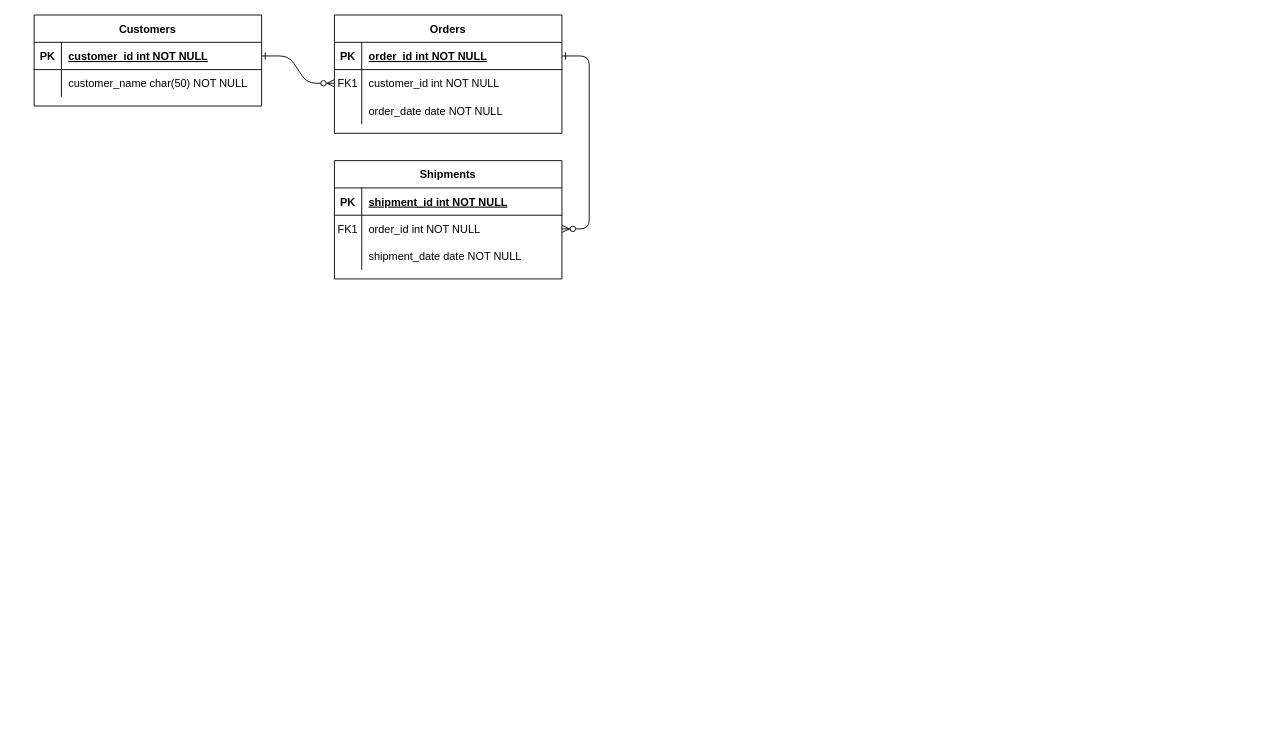
Before: Untitled Diagram.drawio in AndreeaRusanda/spatial_db, a draw.io diagram. Source tidied: cells renumbered, new cells numbered last; positions are measured from the earlier drawing's top-left corner, leaving out a move shared by most shapes. Both pictures are drawn from the tidied source at 91%, with x=0, y=0 at pixel (34, 15).
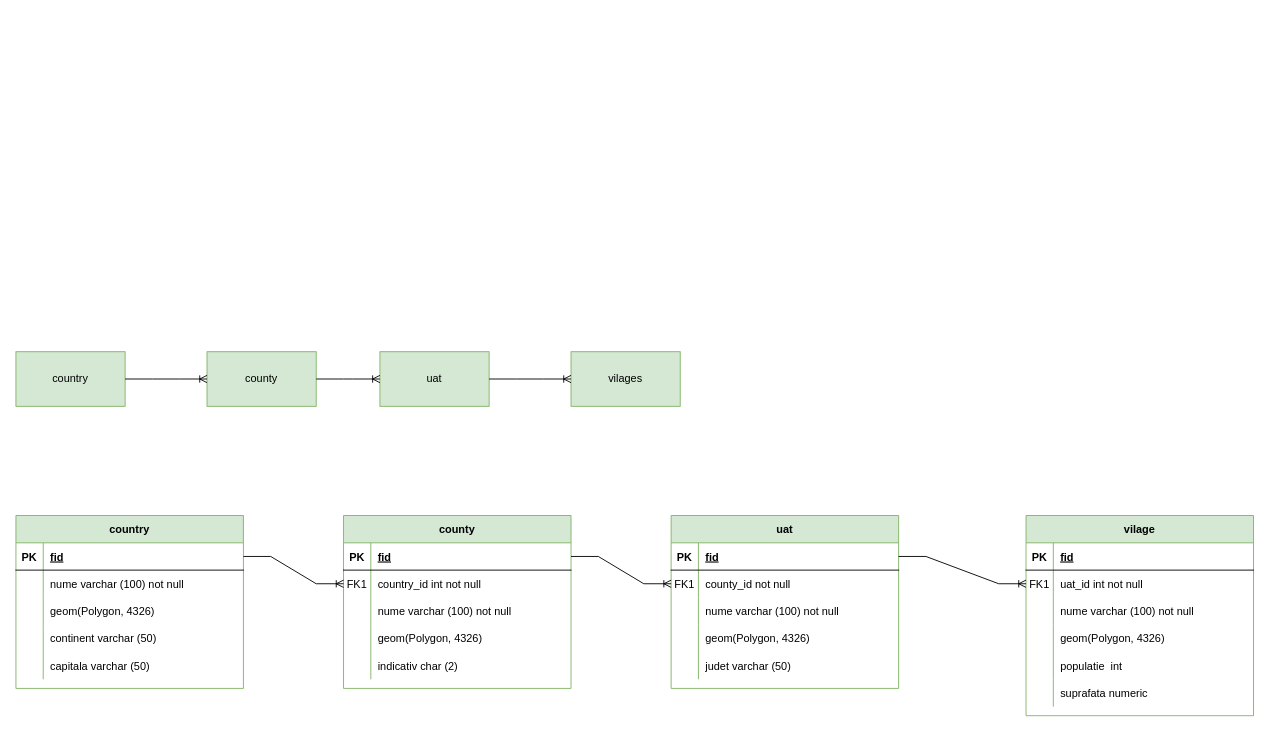
The same page after the edit.

Unchanged cells that the change refers to:
```xml
<mxCell id="5" style="shape=partialRectangle;fillColor=none;points=[[0,0.5],[1,0.5]];portConstraint=eastwest;top=0;left=0;right=0;bottom=1;" parent="4" vertex="1">
  <mxGeometry y="30" width="250" height="30" as="geometry" />
</mxCell>
<mxCell id="8" style="shape=partialRectangle;fillColor=none;points=[[0,0.5],[1,0.5]];portConstraint=eastwest;top=0;left=0;right=0;bottom=0;" parent="4" vertex="1">
  <mxGeometry y="60" width="250" height="30" as="geometry" />
</mxCell>
<mxCell id="11" style="shape=partialRectangle;fillColor=none;top=0;left=0;right=0;bottom=0;" parent="4" vertex="1">
  <mxGeometry y="90" width="250" height="30" as="geometry" />
</mxCell>
<mxCell id="15" style="shape=partialRectangle;fillColor=none;points=[[0,0.5],[1,0.5]];portConstraint=eastwest;top=0;left=0;right=0;bottom=1;" parent="14" vertex="1">
  <mxGeometry y="30" width="250" height="30" as="geometry" />
</mxCell>
<mxCell id="18" style="shape=partialRectangle;fillColor=none;points=[[0,0.5],[1,0.5]];portConstraint=eastwest;top=0;left=0;right=0;bottom=0;" parent="14" vertex="1">
  <mxGeometry y="60" width="250" height="30" as="geometry" />
</mxCell>
<mxCell id="21" style="shape=partialRectangle;fillColor=none;top=0;left=0;right=0;bottom=0;" parent="14" vertex="1">
  <mxGeometry y="90" width="250" height="30" as="geometry" />
</mxCell>
<mxCell id="25" style="shape=partialRectangle;fillColor=none;points=[[0,0.5],[1,0.5]];portConstraint=eastwest;top=0;left=0;right=0;bottom=1;" parent="24" vertex="1">
  <mxGeometry y="30" width="250" height="30" as="geometry" />
</mxCell>
<mxCell id="28" style="shape=partialRectangle;fillColor=none;top=0;left=0;right=0;bottom=0;" parent="24" vertex="1">
  <mxGeometry y="60" width="250" height="30" as="geometry" />
</mxCell>
```

The edit, as a diff of the source:
```diff
@@
-    <mxCell id="2" style="edgeStyle=entityRelationEdgeStyle;endArrow=ERzeroToMany;startArrow=ERone;endFill=1;startFill=0;" parent="1" edge="1" source="25" target="8">
-      <mxGeometry relative="1" as="geometry" />
-    </mxCell>
-    <mxCell id="3" style="edgeStyle=entityRelationEdgeStyle;endArrow=ERzeroToMany;startArrow=ERone;endFill=1;startFill=0;" parent="1" edge="1" source="5" target="18">
-      <mxGeometry relative="1" as="geometry" />
-    </mxCell>
-    <mxCell id="4" value="Orders" style="shape=table;startSize=30;childLayout=tableLayout;rowLines=0;fontStyle=1;align=center;" parent="1" vertex="1">
-      <mxGeometry x="330" width="250" height="130" as="geometry" />
+    <mxCell id="4" value="county" style="shape=table;startSize=30;childLayout=tableLayout;rowLines=0;fontStyle=1;align=center;fillColor=#d5e8d4;strokeColor=#82b366;" parent="1" vertex="1">
+      <mxGeometry x="340" y="550" width="250" height="190" as="geometry" />
     </mxCell>
@@
-    <mxCell id="7" value="order_id int NOT NULL " style="shape=partialRectangle;overflow=hidden;fillColor=none;top=0;left=0;bottom=0;right=0;align=left;spacingLeft=6;fontStyle=5;" parent="5" vertex="1">
+    <mxCell id="7" value="fid" style="shape=partialRectangle;overflow=hidden;fillColor=none;top=0;left=0;bottom=0;right=0;align=left;spacingLeft=6;fontStyle=5;" parent="5" vertex="1">
       <mxGeometry x="30" width="220" height="30" as="geometry" />
     </mxCell>
@@
-    <mxCell id="10" value="customer_id int NOT NULL" style="shape=partialRectangle;overflow=hidden;fillColor=none;top=0;left=0;bottom=0;right=0;align=left;spacingLeft=6;" parent="8" vertex="1">
+    <mxCell id="10" value="country_id int not null" style="shape=partialRectangle;overflow=hidden;fillColor=none;top=0;left=0;bottom=0;right=0;align=left;spacingLeft=6;" parent="8" vertex="1">
       <mxGeometry x="30" width="220" height="30" as="geometry" />
     </mxCell>
@@
-    <mxCell id="13" value="order_date date NOT NULL" style="shape=partialRectangle;overflow=hidden;fillColor=none;top=0;left=0;bottom=0;right=0;align=left;spacingLeft=6;" parent="11" vertex="1">
+    <mxCell id="13" value="nume varchar (100) not null" style="shape=partialRectangle;overflow=hidden;fillColor=none;top=0;left=0;bottom=0;right=0;align=left;spacingLeft=6;" parent="11" vertex="1">
       <mxGeometry x="30" width="220" height="30" as="geometry" />
     </mxCell>
+    <mxCell id="31" style="shape=partialRectangle;fillColor=none;top=0;left=0;right=0;bottom=0;" parent="4" vertex="1">
+      <mxGeometry y="120" width="250" height="30" as="geometry" />
+    </mxCell>
+    <mxCell id="32" style="shape=partialRectangle;overflow=hidden;fillColor=none;top=0;left=0;bottom=0;right=0;" parent="31" vertex="1">
+      <mxGeometry width="30" height="30" as="geometry" />
+    </mxCell>
+    <mxCell id="33" value="geom(Polygon, 4326) " style="shape=partialRectangle;overflow=hidden;fillColor=none;top=0;left=0;bottom=0;right=0;align=left;spacingLeft=6;" parent="31" vertex="1">
+      <mxGeometry x="30" width="220" height="30" as="geometry" />
+    </mxCell>
+    <mxCell id="34" style="shape=partialRectangle;fillColor=none;top=0;left=0;right=0;bottom=0;" parent="4" vertex="1">
+      <mxGeometry y="150" width="250" height="30" as="geometry" />
+    </mxCell>
+    <mxCell id="35" style="shape=partialRectangle;overflow=hidden;fillColor=none;top=0;left=0;bottom=0;right=0;" parent="34" vertex="1">
+      <mxGeometry width="30" height="30" as="geometry" />
+    </mxCell>
+    <mxCell id="36" value="indicativ char (2)" style="shape=partialRectangle;overflow=hidden;fillColor=none;top=0;left=0;bottom=0;right=0;align=left;spacingLeft=6;" parent="34" vertex="1">
+      <mxGeometry x="30" width="220" height="30" as="geometry" />
+    </mxCell>
-    <mxCell id="14" value="Shipments" style="shape=table;startSize=30;childLayout=tableLayout;rowLines=0;fontStyle=1;align=center;" parent="1" vertex="1">
-      <mxGeometry x="330" y="160" width="250" height="130" as="geometry" />
+    <mxCell id="14" value="uat" style="shape=table;startSize=30;childLayout=tableLayout;rowLines=0;fontStyle=1;align=center;fillColor=#d5e8d4;strokeColor=#82b366;" parent="1" vertex="1">
+      <mxGeometry x="700" y="550" width="250" height="190" as="geometry" />
     </mxCell>
@@
-    <mxCell id="17" value="shipment_id int NOT NULL " style="shape=partialRectangle;overflow=hidden;fillColor=none;top=0;left=0;bottom=0;right=0;align=left;spacingLeft=6;fontStyle=5;" parent="15" vertex="1">
+    <mxCell id="17" value="fid" style="shape=partialRectangle;overflow=hidden;fillColor=none;top=0;left=0;bottom=0;right=0;align=left;spacingLeft=6;fontStyle=5;" parent="15" vertex="1">
       <mxGeometry x="30" width="220" height="30" as="geometry" />
     </mxCell>
@@
-    <mxCell id="20" value="order_id int NOT NULL" style="shape=partialRectangle;overflow=hidden;fillColor=none;top=0;left=0;bottom=0;right=0;align=left;spacingLeft=6;" parent="18" vertex="1">
+    <mxCell id="20" value="county_id not null" style="shape=partialRectangle;overflow=hidden;fillColor=none;top=0;left=0;bottom=0;right=0;align=left;spacingLeft=6;" parent="18" vertex="1">
       <mxGeometry x="30" width="220" height="30" as="geometry" />
     </mxCell>
@@
-    <mxCell id="23" value="shipment_date date NOT NULL" style="shape=partialRectangle;overflow=hidden;fillColor=none;top=0;left=0;bottom=0;right=0;align=left;spacingLeft=6;" parent="21" vertex="1">
+    <mxCell id="23" value="nume varchar (100) not null" style="shape=partialRectangle;overflow=hidden;fillColor=none;top=0;left=0;bottom=0;right=0;align=left;spacingLeft=6;" parent="21" vertex="1">
       <mxGeometry x="30" width="220" height="30" as="geometry" />
     </mxCell>
+    <mxCell id="37" style="shape=partialRectangle;fillColor=none;top=0;left=0;right=0;bottom=0;" parent="14" vertex="1">
+      <mxGeometry y="120" width="250" height="30" as="geometry" />
+    </mxCell>
+    <mxCell id="38" style="shape=partialRectangle;overflow=hidden;fillColor=none;top=0;left=0;bottom=0;right=0;" parent="37" vertex="1">
+      <mxGeometry width="30" height="30" as="geometry" />
+    </mxCell>
+    <mxCell id="39" value="geom(Polygon, 4326) " style="shape=partialRectangle;overflow=hidden;fillColor=none;top=0;left=0;bottom=0;right=0;align=left;spacingLeft=6;" parent="37" vertex="1">
+      <mxGeometry x="30" width="220" height="30" as="geometry" />
+    </mxCell>
+    <mxCell id="40" style="shape=partialRectangle;fillColor=none;top=0;left=0;right=0;bottom=0;" parent="14" vertex="1">
+      <mxGeometry y="150" width="250" height="30" as="geometry" />
+    </mxCell>
+    <mxCell id="41" style="shape=partialRectangle;overflow=hidden;fillColor=none;top=0;left=0;bottom=0;right=0;" parent="40" vertex="1">
+      <mxGeometry width="30" height="30" as="geometry" />
+    </mxCell>
+    <mxCell id="42" value="judet varchar (50) " style="shape=partialRectangle;overflow=hidden;fillColor=none;top=0;left=0;bottom=0;right=0;align=left;spacingLeft=6;" parent="40" vertex="1">
+      <mxGeometry x="30" width="220" height="30" as="geometry" />
+    </mxCell>
-    <mxCell id="24" value="Customers" style="shape=table;startSize=30;childLayout=tableLayout;rowLines=0;fontStyle=1;align=center;" parent="1" vertex="1">
-      <mxGeometry width="250" height="100" as="geometry" />
+    <mxCell id="24" value="country" style="shape=table;startSize=30;childLayout=tableLayout;rowLines=0;fontStyle=1;align=center;fillColor=#d5e8d4;strokeColor=#82b366;" parent="1" vertex="1">
+      <mxGeometry x="-20" y="550" width="250" height="190" as="geometry" />
     </mxCell>
@@
-    <mxCell id="27" value="customer_id int NOT NULL " style="shape=partialRectangle;overflow=hidden;fillColor=none;top=0;left=0;bottom=0;right=0;align=left;spacingLeft=6;fontStyle=5;" parent="25" vertex="1">
+    <mxCell id="27" value="fid" style="shape=partialRectangle;overflow=hidden;fillColor=none;top=0;left=0;bottom=0;right=0;align=left;spacingLeft=6;fontStyle=5;" parent="25" vertex="1">
       <mxGeometry x="30" width="220" height="30" as="geometry" />
     </mxCell>
@@
-    <mxCell id="30" value="customer_name char(50) NOT NULL" style="shape=partialRectangle;overflow=hidden;fillColor=none;top=0;left=0;bottom=0;right=0;align=left;spacingLeft=6;" parent="28" vertex="1">
+    <mxCell id="30" value="nume varchar (100) not null" style="shape=partialRectangle;overflow=hidden;fillColor=none;top=0;left=0;bottom=0;right=0;align=left;spacingLeft=6;" parent="28" vertex="1">
       <mxGeometry x="30" width="220" height="30" as="geometry" />
     </mxCell>
+    <mxCell id="43" style="shape=partialRectangle;fillColor=none;top=0;left=0;right=0;bottom=0;" parent="24" vertex="1">
+      <mxGeometry y="90" width="250" height="30" as="geometry" />
+    </mxCell>
+    <mxCell id="44" style="shape=partialRectangle;overflow=hidden;fillColor=none;top=0;left=0;bottom=0;right=0;" parent="43" vertex="1">
+      <mxGeometry width="30" height="30" as="geometry" />
+    </mxCell>
+    <mxCell id="45" value="geom(Polygon, 4326) " style="shape=partialRectangle;overflow=hidden;fillColor=none;top=0;left=0;bottom=0;right=0;align=left;spacingLeft=6;" parent="43" vertex="1">
+      <mxGeometry x="30" width="220" height="30" as="geometry" />
+    </mxCell>
+    <mxCell id="46" style="shape=partialRectangle;fillColor=none;top=0;left=0;right=0;bottom=0;" parent="24" vertex="1">
+      <mxGeometry y="120" width="250" height="30" as="geometry" />
+    </mxCell>
+    <mxCell id="47" style="shape=partialRectangle;overflow=hidden;fillColor=none;top=0;left=0;bottom=0;right=0;" parent="46" vertex="1">
+      <mxGeometry width="30" height="30" as="geometry" />
+    </mxCell>
+    <mxCell id="48" value="continent varchar (50)" style="shape=partialRectangle;overflow=hidden;fillColor=none;top=0;left=0;bottom=0;right=0;align=left;spacingLeft=6;" parent="46" vertex="1">
+      <mxGeometry x="30" width="220" height="30" as="geometry" />
+    </mxCell>
+    <mxCell id="49" style="shape=partialRectangle;fillColor=none;top=0;left=0;right=0;bottom=0;" parent="24" vertex="1">
+      <mxGeometry y="150" width="250" height="30" as="geometry" />
+    </mxCell>
+    <mxCell id="50" style="shape=partialRectangle;overflow=hidden;fillColor=none;top=0;left=0;bottom=0;right=0;" parent="49" vertex="1">
+      <mxGeometry width="30" height="30" as="geometry" />
+    </mxCell>
+    <mxCell id="51" value="capitala varchar (50)" style="shape=partialRectangle;overflow=hidden;fillColor=none;top=0;left=0;bottom=0;right=0;align=left;spacingLeft=6;" parent="49" vertex="1">
+      <mxGeometry x="30" width="220" height="30" as="geometry" />
+    </mxCell>
+    <mxCell id="52" value="country" style="rounded=0;whiteSpace=wrap;html=1;fillColor=#d5e8d4;strokeColor=#82b366;" parent="1" vertex="1">
+      <mxGeometry x="-20" y="370" width="120" height="60" as="geometry" />
+    </mxCell>
+    <mxCell id="53" value="county" style="rounded=0;whiteSpace=wrap;html=1;fillColor=#d5e8d4;strokeColor=#82b366;" parent="1" vertex="1">
+      <mxGeometry x="190" y="370" width="120" height="60" as="geometry" />
+    </mxCell>
+    <mxCell id="54" value="uat" style="rounded=0;whiteSpace=wrap;html=1;fillColor=#d5e8d4;strokeColor=#82b366;" parent="1" vertex="1">
+      <mxGeometry x="380" y="370" width="120" height="60" as="geometry" />
+    </mxCell>
+    <mxCell id="55" value="vilages" style="rounded=0;whiteSpace=wrap;html=1;fillColor=#d5e8d4;strokeColor=#82b366;" parent="1" vertex="1">
+      <mxGeometry x="590" y="370" width="120" height="60" as="geometry" />
+    </mxCell>
+    <mxCell id="56" style="edgeStyle=entityRelationEdgeStyle;fontSize=12;html=1;endArrow=ERoneToMany;rounded=0;" parent="1" edge="1" source="52" target="53">
+      <mxGeometry relative="1" as="geometry" />
+    </mxCell>
+    <mxCell id="57" style="edgeStyle=entityRelationEdgeStyle;fontSize=12;html=1;endArrow=ERoneToMany;rounded=0;" parent="1" edge="1" source="53" target="54">
+      <mxGeometry relative="1" as="geometry" />
+    </mxCell>
+    <mxCell id="58" style="edgeStyle=entityRelationEdgeStyle;fontSize=12;html=1;endArrow=ERoneToMany;rounded=0;" parent="1" edge="1" source="54" target="55">
+      <mxGeometry relative="1" as="geometry" />
+    </mxCell>
+    <mxCell id="59" value="vilage" style="shape=table;startSize=30;childLayout=tableLayout;rowLines=0;fontStyle=1;align=center;fillColor=#d5e8d4;strokeColor=#82b366;" parent="1" vertex="1">
+      <mxGeometry x="1090" y="550" width="250" height="220" as="geometry" />
+    </mxCell>
+    <mxCell id="60" style="shape=partialRectangle;fillColor=none;top=0;left=0;right=0;bottom=1;" parent="59" vertex="1">
+      <mxGeometry y="30" width="250" height="30" as="geometry" />
+    </mxCell>
+    <mxCell id="61" value="PK" style="shape=partialRectangle;overflow=hidden;fillColor=none;top=0;left=0;bottom=0;right=0;fontStyle=1;" parent="60" vertex="1">
+      <mxGeometry width="30" height="30" as="geometry" />
+    </mxCell>
+    <mxCell id="62" value="fid" style="shape=partialRectangle;overflow=hidden;fillColor=none;top=0;left=0;bottom=0;right=0;align=left;spacingLeft=6;fontStyle=5;" parent="60" vertex="1">
+      <mxGeometry x="30" width="220" height="30" as="geometry" />
+    </mxCell>
+    <mxCell id="63" style="shape=partialRectangle;fillColor=none;points=[[0,0.5],[1,0.5]];portConstraint=eastwest;top=0;left=0;right=0;bottom=0;" parent="59" vertex="1">
+      <mxGeometry y="60" width="250" height="30" as="geometry" />
+    </mxCell>
+    <mxCell id="64" value="FK1" style="shape=partialRectangle;overflow=hidden;fillColor=none;top=0;left=0;bottom=0;right=0;" parent="63" vertex="1">
+      <mxGeometry width="30" height="30" as="geometry" />
+    </mxCell>
+    <mxCell id="65" value="uat_id int not null" style="shape=partialRectangle;overflow=hidden;fillColor=none;top=0;left=0;bottom=0;right=0;align=left;spacingLeft=6;" parent="63" vertex="1">
+      <mxGeometry x="30" width="220" height="30" as="geometry" />
+    </mxCell>
+    <mxCell id="66" style="shape=partialRectangle;fillColor=none;top=0;left=0;right=0;bottom=0;" parent="59" vertex="1">
+      <mxGeometry y="90" width="250" height="30" as="geometry" />
+    </mxCell>
+    <mxCell id="67" style="shape=partialRectangle;overflow=hidden;fillColor=none;top=0;left=0;bottom=0;right=0;" parent="66" vertex="1">
+      <mxGeometry width="30" height="30" as="geometry" />
+    </mxCell>
+    <mxCell id="68" value="nume varchar (100) not null" style="shape=partialRectangle;overflow=hidden;fillColor=none;top=0;left=0;bottom=0;right=0;align=left;spacingLeft=6;" parent="66" vertex="1">
+      <mxGeometry x="30" width="220" height="30" as="geometry" />
+    </mxCell>
+    <mxCell id="69" style="shape=partialRectangle;fillColor=none;top=0;left=0;right=0;bottom=0;" parent="59" vertex="1">
+      <mxGeometry y="120" width="250" height="30" as="geometry" />
+    </mxCell>
+    <mxCell id="70" style="shape=partialRectangle;overflow=hidden;fillColor=none;top=0;left=0;bottom=0;right=0;" parent="69" vertex="1">
+      <mxGeometry width="30" height="30" as="geometry" />
+    </mxCell>
+    <mxCell id="71" value="geom(Polygon, 4326) " style="shape=partialRectangle;overflow=hidden;fillColor=none;top=0;left=0;bottom=0;right=0;align=left;spacingLeft=6;" parent="69" vertex="1">
+      <mxGeometry x="30" width="220" height="30" as="geometry" />
+    </mxCell>
+    <mxCell id="72" style="shape=partialRectangle;fillColor=none;top=0;left=0;right=0;bottom=0;" parent="59" vertex="1">
+      <mxGeometry y="150" width="250" height="30" as="geometry" />
+    </mxCell>
+    <mxCell id="73" style="shape=partialRectangle;overflow=hidden;fillColor=none;top=0;left=0;bottom=0;right=0;" parent="72" vertex="1">
+      <mxGeometry width="30" height="30" as="geometry" />
+    </mxCell>
+    <mxCell id="74" value="populatie  int" style="shape=partialRectangle;overflow=hidden;fillColor=none;top=0;left=0;bottom=0;right=0;align=left;spacingLeft=6;" parent="72" vertex="1">
+      <mxGeometry x="30" width="220" height="30" as="geometry" />
+    </mxCell>
+    <mxCell id="75" style="shape=partialRectangle;fillColor=none;top=0;left=0;right=0;bottom=0;" parent="59" vertex="1">
+      <mxGeometry y="180" width="250" height="30" as="geometry" />
+    </mxCell>
+    <mxCell id="76" style="shape=partialRectangle;overflow=hidden;fillColor=none;top=0;left=0;bottom=0;right=0;" parent="75" vertex="1">
+      <mxGeometry width="30" height="30" as="geometry" />
+    </mxCell>
+    <mxCell id="77" value="suprafata numeric" style="shape=partialRectangle;overflow=hidden;fillColor=none;top=0;left=0;bottom=0;right=0;align=left;spacingLeft=6;" parent="75" vertex="1">
+      <mxGeometry x="30" width="220" height="30" as="geometry" />
+    </mxCell>
+    <mxCell id="2" style="edgeStyle=entityRelationEdgeStyle;fontSize=12;html=1;endArrow=ERoneToMany;rounded=0;" parent="1" edge="1" source="25" target="8">
+      <mxGeometry relative="1" as="geometry" />
+    </mxCell>
+    <mxCell id="3" style="edgeStyle=entityRelationEdgeStyle;fontSize=12;html=1;endArrow=ERoneToMany;rounded=0;" parent="1" edge="1" source="5" target="18">
+      <mxGeometry relative="1" as="geometry" />
+    </mxCell>
+    <mxCell id="78" style="edgeStyle=entityRelationEdgeStyle;fontSize=12;html=1;endArrow=ERoneToMany;rounded=0;" parent="1" edge="1" source="15" target="63">
+      <mxGeometry relative="1" as="geometry" />
+    </mxCell>
```
